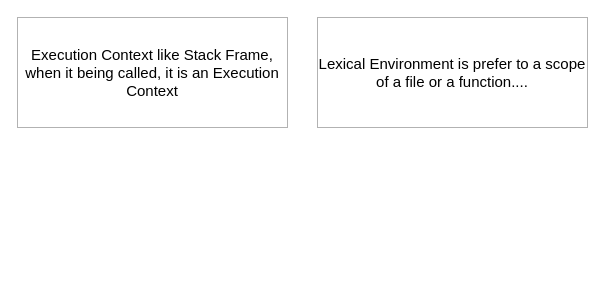
This is page "Lexical vs Execution" (4 of 4) of 5. Context_And_Environment.drawio from tin-pham/AdvanceJavaScriptRoadmap, a draw.io file, before an edit. Source tidied: cells renumbered, new cells numbered last; positions are measured from the earlier drawing's top-left corner, leaving out a move shared by most shapes. Both pictures are drawn from the tidied source at 100%, with x=0, y=0 at pixel (17, 17).
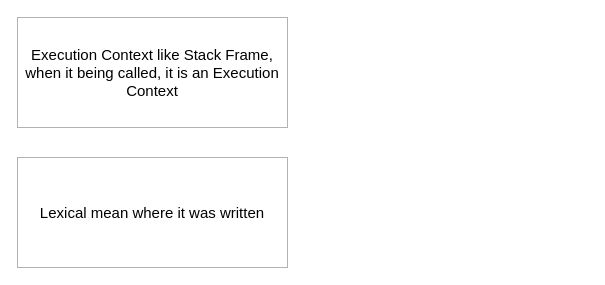
After the change.

The edit, as a diff of the source:
```diff
@@
 <mxGraphModel>
   <root>
     <mxCell id="0" />
     <mxCell id="1" parent="0" />
     <mxCell id="2" value="Execution Context like Stack Frame, when it being called, it is an Execution Context" style="rounded=0;whiteSpace=wrap;html=1;fontFamily=Comfortaa;fontSize=15;gradientColor=none;opacity=30;" parent="1" vertex="1">
       <mxGeometry width="270" height="110" as="geometry" />
     </mxCell>
-    <mxCell id="3" value="Lexical Environment is prefer to a scope of a file or a function...." style="rounded=0;whiteSpace=wrap;html=1;fontFamily=Comfortaa;fontSize=15;gradientColor=none;opacity=30;" parent="1" vertex="1">
-      <mxGeometry x="300" width="270" height="110" as="geometry" />
+    <mxCell id="3" value="Lexical mean where it was written" style="rounded=0;whiteSpace=wrap;html=1;fontFamily=Comfortaa;fontSize=15;gradientColor=none;opacity=30;" parent="1" vertex="1">
+      <mxGeometry y="140" width="270" height="110" as="geometry" />
     </mxCell>
   </root>
 </mxGraphModel>
```
